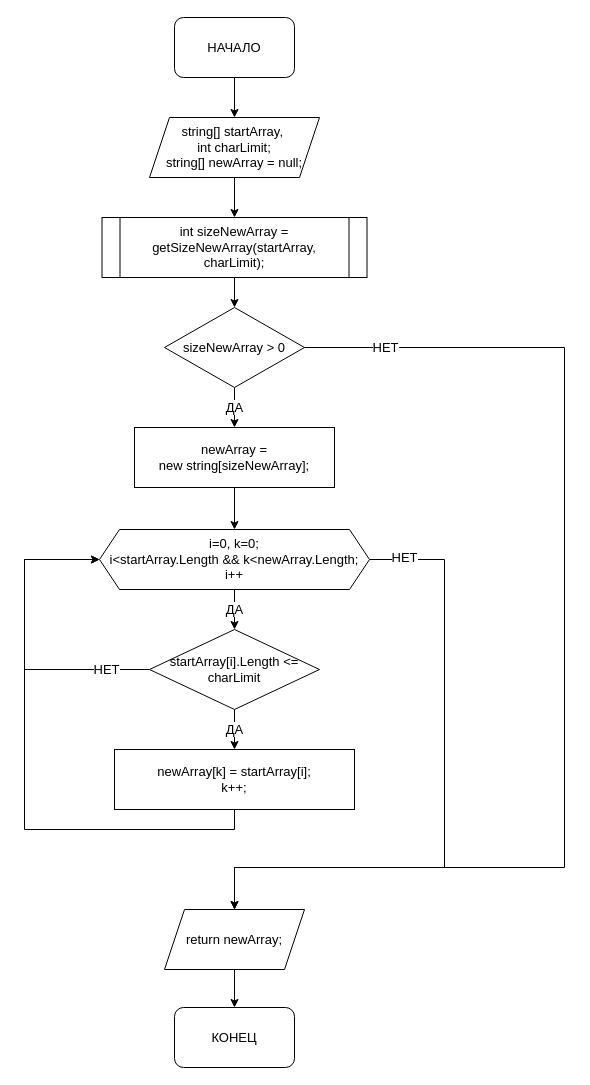
Above: Algorytm/getNewArray.drawio in jokerjam-s/GB_ControlWork_001 (draw.io), before the change. Source tidied: cells renumbered, new cells numbered last; positions are measured from the earlier drawing's top-left corner, leaving out a move shared by most shapes. Both pictures are drawn from the tidied source at 100%, with x=0, y=0 at pixel (24, 17).
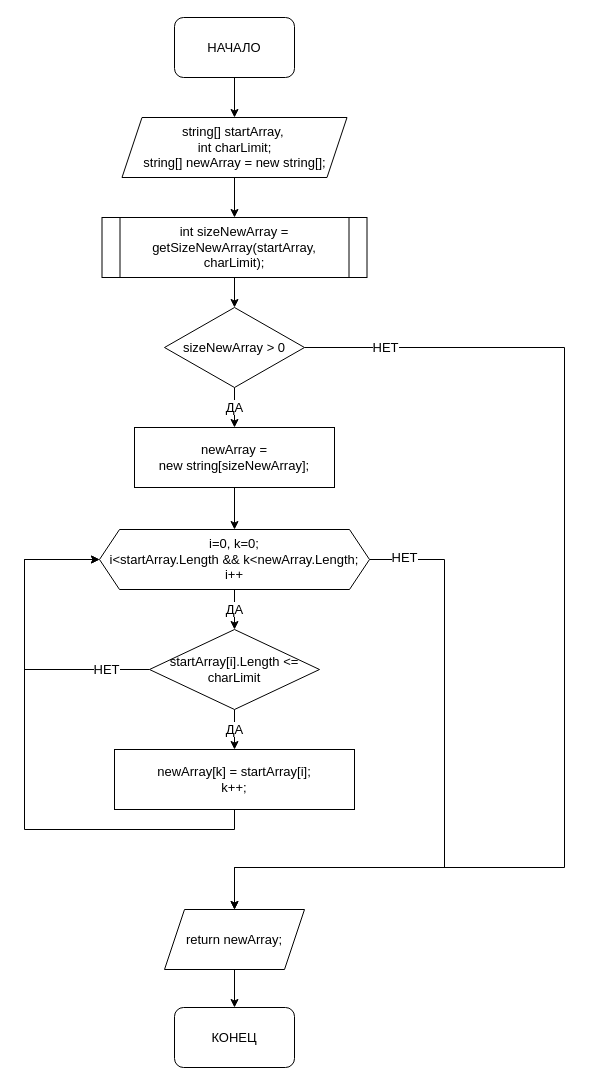
The same diagram, later.

Change to the diagram source:
```diff
@@
-    <mxCell id="5" value="string[] startArray,&amp;nbsp;&lt;br style=&quot;font-size: 13px;&quot;&gt;int charLimit;&lt;br&gt;string[] newArray = null;" style="shape=parallelogram;perimeter=parallelogramPerimeter;whiteSpace=wrap;html=1;fixedSize=1;fontSize=13;" parent="1" vertex="1">
-      <mxGeometry x="125" y="100" width="170" height="60" as="geometry" />
+    <mxCell id="5" value="string[] startArray,&amp;nbsp;&lt;br style=&quot;font-size: 13px;&quot;&gt;int charLimit;&lt;br&gt;string[] newArray = new string[];" style="shape=parallelogram;perimeter=parallelogramPerimeter;whiteSpace=wrap;html=1;fixedSize=1;fontSize=13;" parent="1" vertex="1">
+      <mxGeometry x="97.5" y="100" width="225" height="60" as="geometry" />
     </mxCell>
```
